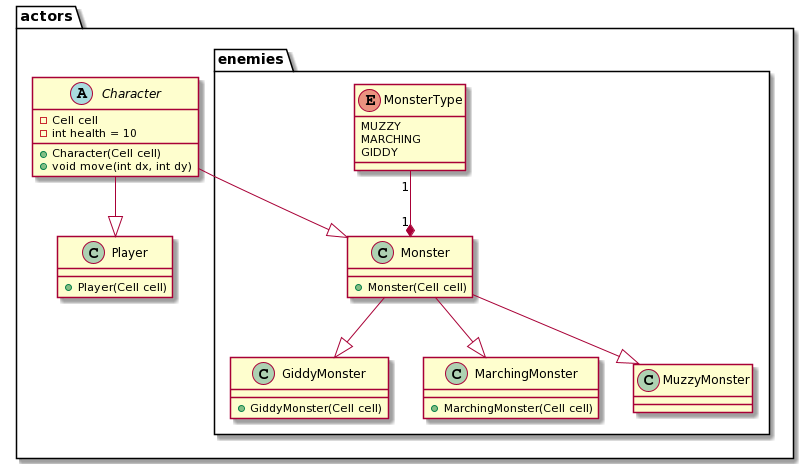
Above: uml/actors.png in CodecoolGlobal/dungeon-crawl-1-java-HuBori (PlantUML), before the change.
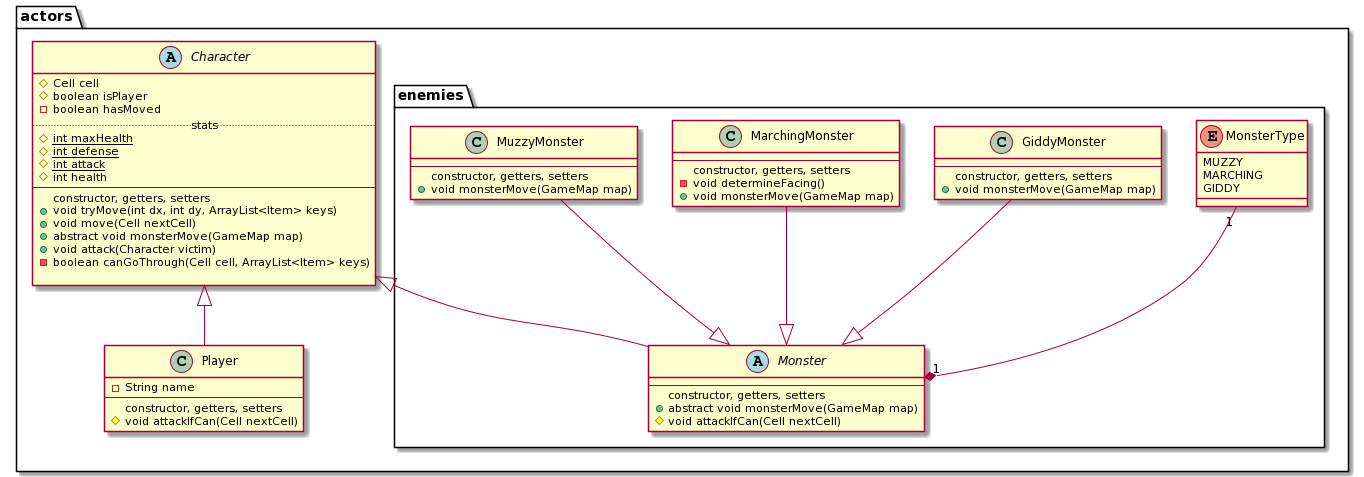
Above is the later version.

Change to the diagram source:
```diff
@@ -2,24 +2,38 @@
 package actors {
     package enemies {
         MonsterType "1" --* "1" Monster
-        Monster --|> GiddyMonster
-        Monster --|> MarchingMonster
-        Monster --|> MuzzyMonster
+        GiddyMonster --|> Monster
+        MarchingMonster --|> Monster
+        MuzzyMonster --|> Monster
     }
-    Character --|> Player
-    Character --|> Monster
+    Character <|-- Player
+    Character <|-- Monster
 }
 
 class GiddyMonster {
-    + GiddyMonster(Cell cell)
+    --
+    constructor, getters, setters
+    + void monsterMove(GameMap map)
 }
 
 class MarchingMonster {
-    + MarchingMonster(Cell cell)
+    --
+    constructor, getters, setters
+    - void determineFacing()
+    + void monsterMove(GameMap map)
 }
 
-class Monster {
-    + Monster(Cell cell)
+class MuzzyMonster {
+    --
+    constructor, getters, setters
+    + void monsterMove(GameMap map)
+}
+
+abstract class Monster {
+    --
+    constructor, getters, setters
+    + abstract void monsterMove(GameMap map)
+    # void attackIfCan(Cell nextCell)
 }
 
 enum MonsterType {
@@ -29,13 +43,28 @@
 }
 
 abstract class Character {
-    - Cell cell
-    - int health = 10
-    + Character(Cell cell)
-    + void move(int dx, int dy)
+    # Cell cell
+    # boolean isPlayer
+    - boolean hasMoved
+    .. stats ..
+    # {static} int maxHealth
+    # {static} int defense
+    # {static} int attack
+    # int health
+    --
+    constructor, getters, setters
+    + void tryMove(int dx, int dy, ArrayList<Item> keys)
+    + void move(Cell nextCell)
+    + abstract void monsterMove(GameMap map)
+    + void attack(Character victim)
+    - boolean canGoThrough(Cell cell, ArrayList<Item> keys)
+
 }
 
 class Player {
-    + Player(Cell cell)
+    - String name
+    --
+    constructor, getters, setters
+    # void attackIfCan(Cell nextCell)
 }
 @enduml
```
